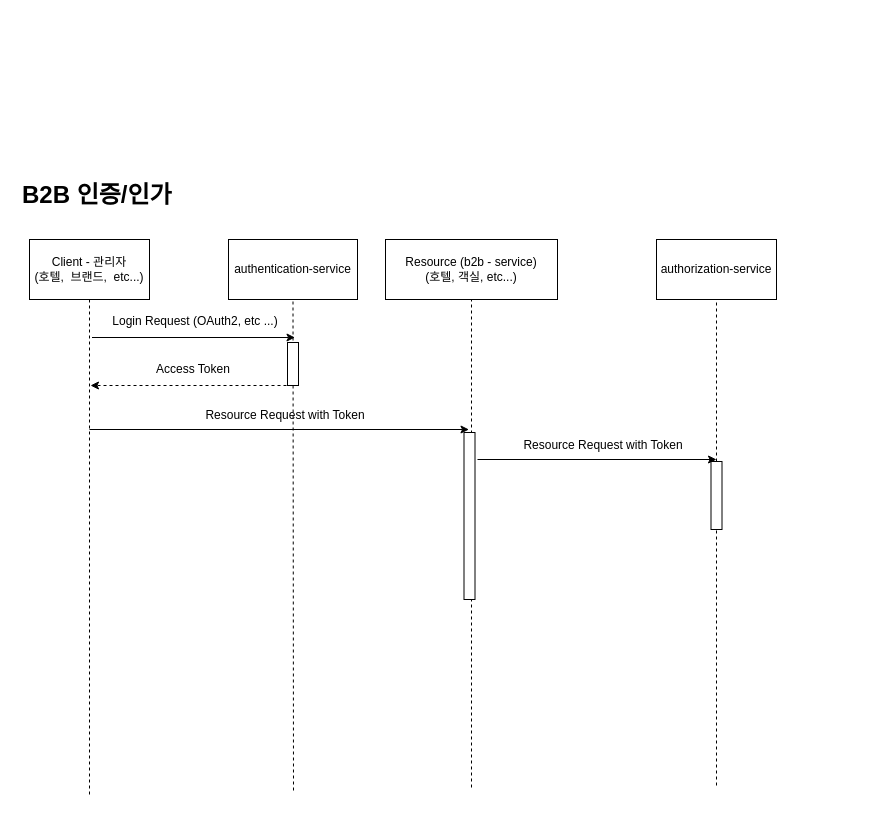
Earlier version of the draw.io diagram drawio/Untitled Diagram.drawio (BAEKJungHo/TIL). Source tidied: cells renumbered, new cells numbered last; positions are measured from the earlier drawing's top-left corner, leaving out a move shared by most shapes. Both pictures are drawn from the tidied source at 100%, with x=0, y=0 at pixel (17, 175).
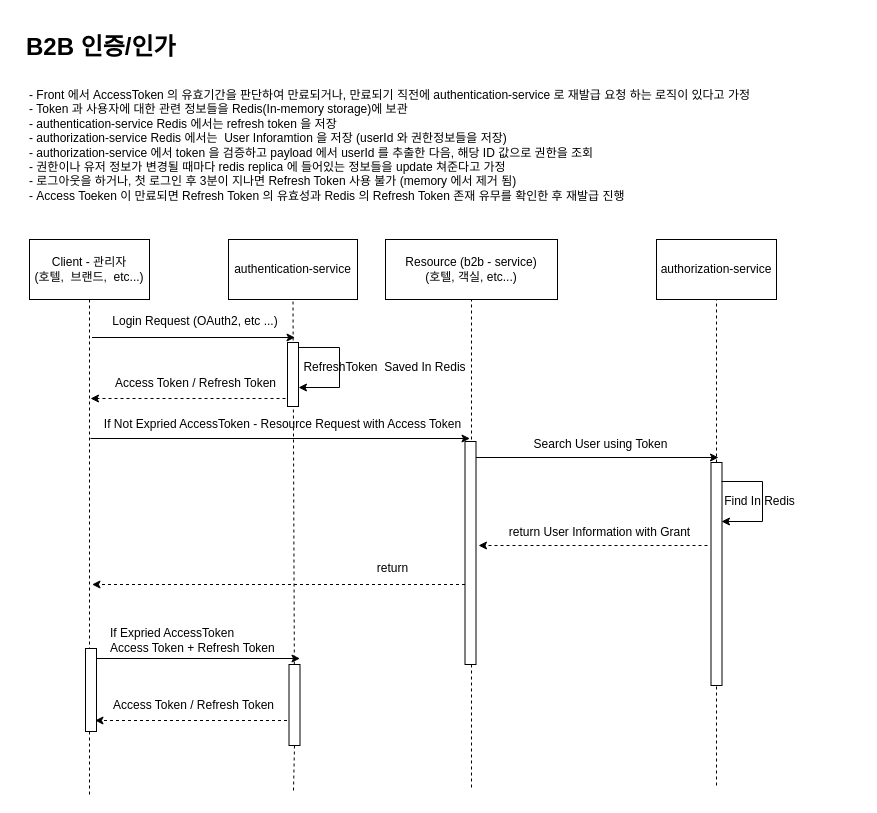
Above is the later version.

Commit message:
B2B Authentication/Authorization

The change refers to these unchanged cells:
```xml
<mxCell id="2" value="authentication-service" style="rounded=0;whiteSpace=wrap;html=1;" parent="1" vertex="1">
  <mxGeometry x="211" y="64" width="129" height="60" as="geometry" />
</mxCell>
```

What changed in the source:
```diff
@@
-    <mxCell id="3" value="authorization-service" style="rounded=0;whiteSpace=wrap;html=1;" parent="1" vertex="1">
+    <mxCell id="3" value="authorization-service" style="rounded=0;whiteSpace=wrap;html=1;labelBackgroundColor=default;" parent="1" vertex="1">
       <mxGeometry x="639" y="64" width="120" height="60" as="geometry" />
     </mxCell>
@@
     <mxCell id="5" value="&lt;h1&gt;B2B 인증/인가&lt;/h1&gt;" style="text;html=1;strokeColor=none;fillColor=none;spacing=5;spacingTop=-20;whiteSpace=wrap;overflow=hidden;rounded=0;" parent="1" vertex="1">
-      <mxGeometry width="403" height="43" as="geometry" />
+      <mxGeometry x="4" y="-148" width="403" height="43" as="geometry" />
     </mxCell>
@@
-    <mxCell id="8" style="endArrow=none;dashed=1;html=1;rounded=0;entryX=0.5;entryY=1;entryDx=0;entryDy=0;" parent="1" edge="1" target="2">
-      <mxGeometry relative="1" as="geometry">
-        <mxPoint x="276" y="615" as="sourcePoint" />
-      </mxGeometry>
+    <mxCell id="8" style="endArrow=none;dashed=1;html=1;rounded=0;entryX=0.5;entryY=1;entryDx=0;entryDy=0;startArrow=none;" parent="1" edge="1" source="29" target="2">
+      <mxGeometry relative="1" as="geometry" />
     </mxCell>
@@
-    <mxCell id="10" style="endArrow=none;dashed=1;html=1;rounded=0;entryX=0.5;entryY=1;entryDx=0;entryDy=0;" parent="1" edge="1" target="3">
-      <mxGeometry relative="1" as="geometry">
-        <mxPoint x="699" y="610" as="sourcePoint" />
-      </mxGeometry>
+    <mxCell id="10" style="endArrow=none;dashed=1;html=1;rounded=0;entryX=0.5;entryY=1;entryDx=0;entryDy=0;startArrow=none;" parent="1" edge="1" source="36" target="3">
+      <mxGeometry relative="1" as="geometry" />
     </mxCell>
@@
     <mxCell id="13" style="rounded=0;whiteSpace=wrap;html=1;" parent="1" vertex="1">
-      <mxGeometry x="270" y="167" width="11" height="43" as="geometry" />
+      <mxGeometry x="270" y="167" width="11" height="64" as="geometry" />
     </mxCell>
-    <mxCell id="14" style="endArrow=classic;html=1;rounded=0;dashed=1;" parent="1" edge="1">
-      <mxGeometry relative="1" as="geometry">
-        <mxPoint x="269" y="210" as="sourcePoint" />
-        <mxPoint x="73" y="210" as="targetPoint" />
-      </mxGeometry>
-    </mxCell>
-    <mxCell id="15" value="Access Token" style="text;html=1;strokeColor=none;fillColor=none;align=center;verticalAlign=middle;whiteSpace=wrap;rounded=0;" parent="1" vertex="1">
-      <mxGeometry x="127" y="183" width="98" height="21" as="geometry" />
+    <mxCell id="15" value="Access Token / Refresh Token" style="text;html=1;strokeColor=none;fillColor=none;align=center;verticalAlign=middle;whiteSpace=wrap;rounded=0;" parent="1" vertex="1">
+      <mxGeometry x="92.5" y="197" width="171" height="21" as="geometry" />
     </mxCell>
     <mxCell id="16" style="endArrow=classic;html=1;rounded=0;" parent="1" edge="1">
       <mxGeometry relative="1" as="geometry">
-        <mxPoint x="72" y="254" as="sourcePoint" />
-        <mxPoint x="451.5" y="254" as="targetPoint" />
+        <mxPoint x="73" y="263" as="sourcePoint" />
+        <mxPoint x="452.5" y="263" as="targetPoint" />
       </mxGeometry>
     </mxCell>
-    <mxCell id="17" value="Resource Request with Token" style="text;html=1;strokeColor=none;fillColor=none;align=center;verticalAlign=middle;whiteSpace=wrap;rounded=0;" parent="1" vertex="1">
-      <mxGeometry x="88.5" y="231" width="358" height="18" as="geometry" />
+    <mxCell id="17" value="If Not Expried AccessToken - Resource Request with Access Token" style="text;html=1;strokeColor=none;fillColor=none;align=center;verticalAlign=middle;whiteSpace=wrap;rounded=0;" parent="1" vertex="1">
+      <mxGeometry x="82.5" y="240" width="365" height="18" as="geometry" />
     </mxCell>
     <mxCell id="18" style="rounded=0;whiteSpace=wrap;html=1;" parent="1" vertex="1">
-      <mxGeometry x="446.5" y="257" width="11" height="167" as="geometry" />
+      <mxGeometry x="447.5" y="266" width="11" height="223" as="geometry" />
     </mxCell>
-    <mxCell id="19" style="endArrow=classic;html=1;rounded=0;" parent="1" edge="1">
-      <mxGeometry relative="1" as="geometry">
-        <mxPoint x="460" y="284" as="sourcePoint" />
-        <mxPoint x="699" y="284" as="targetPoint" />
-      </mxGeometry>
-    </mxCell>
-    <mxCell id="20" style="rounded=0;whiteSpace=wrap;html=1;" parent="1" vertex="1">
-      <mxGeometry x="693.5" y="286" width="11" height="68" as="geometry" />
-    </mxCell>
-    <mxCell id="21" value="Resource Request with Token" style="text;html=1;strokeColor=none;fillColor=none;align=center;verticalAlign=middle;whiteSpace=wrap;rounded=0;" parent="1" vertex="1">
-      <mxGeometry x="407" y="261" width="358" height="18" as="geometry" />
-    </mxCell>
+    <mxCell id="22" style="endArrow=classic;html=1;rounded=0;dashed=1;" parent="1" edge="1">
+      <mxGeometry relative="1" as="geometry">
+        <mxPoint x="268" y="223" as="sourcePoint" />
+        <mxPoint x="73" y="223" as="targetPoint" />
+      </mxGeometry>
+    </mxCell>
+    <mxCell id="23" value="- Front 에서 AccessToken 의 유효기간을 판단하여 만료되거나, 만료되기 직전에 authentication-service 로 재발급 요청 하는 로직이 있다고 가정&lt;br&gt;- Token 과 사용자에 대한 관련 정보들을 Redis(In-memory storage)에 보관&lt;br&gt;- authentication-service Redis 에서는 refresh token 을 저장&lt;br&gt;- authorization-service Redis 에서는&amp;nbsp; User Inforamtion 을 저장 (userId 와 권한정보들을 저장)&lt;br&gt;- authorization-service 에서 token 을 검증하고 payload 에서 userId 를 추출한 다음, 해당 ID 값으로 권한을 조회&lt;br&gt;- 권한이나 유저 정보가 변경될 때마다 redis replica 에 들어있는 정보들을 update 쳐준다고 가정&lt;br&gt;- 로그아웃을 하거나, 첫 로그인 후 3분이 지나면 Refresh Token 사용 불가 (memory 에서 제거 됨)&lt;br&gt;- Access Toeken 이 만료되면 Refresh Token 의 유효성과 Redis 의 Refresh Token 존재 유무를 확인한 후 재발급 진행" style="text;html=1;strokeColor=none;fillColor=none;align=left;verticalAlign=middle;whiteSpace=wrap;rounded=0;" parent="1" vertex="1">
+      <mxGeometry x="10" y="-105" width="782.5" height="149" as="geometry" />
+    </mxCell>
+    <mxCell id="24" style="endArrow=classic;html=1;rounded=0;dashed=1;" parent="1" edge="1">
+      <mxGeometry relative="1" as="geometry">
+        <mxPoint x="447.5" y="409" as="sourcePoint" />
+        <mxPoint x="74.5" y="409" as="targetPoint" />
+      </mxGeometry>
+    </mxCell>
+    <mxCell id="25" value="return" style="text;html=1;strokeColor=none;fillColor=none;align=center;verticalAlign=middle;whiteSpace=wrap;rounded=0;" parent="1" vertex="1">
+      <mxGeometry x="347.5" y="382" width="55" height="21" as="geometry" />
+    </mxCell>
+    <mxCell id="26" style="rounded=0;whiteSpace=wrap;html=1;" parent="1" vertex="1">
+      <mxGeometry x="68" y="473" width="11" height="83" as="geometry" />
+    </mxCell>
+    <mxCell id="27" style="endArrow=classic;html=1;rounded=0;" parent="1" edge="1">
+      <mxGeometry relative="1" as="geometry">
+        <mxPoint x="79.5" y="483" as="sourcePoint" />
+        <mxPoint x="282.5" y="483" as="targetPoint" />
+      </mxGeometry>
+    </mxCell>
+    <mxCell id="28" value="If Expried AccessToken&amp;nbsp;&lt;br&gt;Access Token + Refresh Token" style="text;html=1;strokeColor=none;fillColor=none;align=left;verticalAlign=middle;whiteSpace=wrap;rounded=0;" parent="1" vertex="1">
+      <mxGeometry x="91" y="456" width="193.5" height="18" as="geometry" />
+    </mxCell>
+    <mxCell id="29" style="rounded=0;whiteSpace=wrap;html=1;" parent="1" vertex="1">
+      <mxGeometry x="271.5" y="489" width="11" height="81" as="geometry" />
+    </mxCell>
+    <mxCell id="30" style="endArrow=none;dashed=1;html=1;rounded=0;entryX=0.5;entryY=1;entryDx=0;entryDy=0;" parent="1" edge="1" target="29">
+      <mxGeometry relative="1" as="geometry">
+        <mxPoint x="276" y="615" as="sourcePoint" />
+      </mxGeometry>
+    </mxCell>
+    <mxCell id="31" style="endArrow=classic;html=1;rounded=0;dashed=1;" parent="1" edge="1">
+      <mxGeometry relative="1" as="geometry">
+        <mxPoint x="269.5" y="545" as="sourcePoint" />
+        <mxPoint x="77.5" y="545" as="targetPoint" />
+      </mxGeometry>
+    </mxCell>
+    <mxCell id="32" value="Access Token / Refresh Token" style="text;html=1;strokeColor=none;fillColor=none;align=center;verticalAlign=middle;whiteSpace=wrap;rounded=0;" parent="1" vertex="1">
+      <mxGeometry x="91" y="519" width="171" height="21" as="geometry" />
+    </mxCell>
+    <mxCell id="33" style="endArrow=classic;html=1;rounded=0;" parent="1" edge="1">
+      <mxGeometry relative="1" as="geometry">
+        <mxPoint x="458.5" y="282" as="sourcePoint" />
+        <mxPoint x="701" y="282" as="targetPoint" />
+      </mxGeometry>
+    </mxCell>
+    <mxCell id="34" style="endArrow=classic;html=1;rounded=0;exitX=1;exitY=0.078;exitDx=0;exitDy=0;exitPerimeter=0;" parent="1" edge="1" source="13">
+      <mxGeometry relative="1" as="geometry">
+        <mxPoint x="281" y="212" as="targetPoint" />
+        <Array as="points">
+          <mxPoint x="322" y="172" />
+          <mxPoint x="322" y="212" />
+        </Array>
+      </mxGeometry>
+    </mxCell>
+    <mxCell id="35" value="RefreshToken&amp;nbsp; Saved In Redis" style="text;html=1;strokeColor=none;fillColor=none;align=center;verticalAlign=middle;whiteSpace=wrap;rounded=0;" parent="1" vertex="1">
+      <mxGeometry x="267" y="181" width="201" height="21" as="geometry" />
+    </mxCell>
+    <mxCell id="36" style="rounded=0;whiteSpace=wrap;html=1;" parent="1" vertex="1">
+      <mxGeometry x="693.5" y="287" width="11" height="223" as="geometry" />
+    </mxCell>
+    <mxCell id="37" style="endArrow=none;dashed=1;html=1;rounded=0;entryX=0.5;entryY=1;entryDx=0;entryDy=0;" parent="1" edge="1" target="36">
+      <mxGeometry relative="1" as="geometry">
+        <mxPoint x="699" y="610" as="sourcePoint" />
+      </mxGeometry>
+    </mxCell>
+    <mxCell id="38" value="Search User using Token" style="text;html=1;strokeColor=none;fillColor=none;align=center;verticalAlign=middle;whiteSpace=wrap;rounded=0;" parent="1" vertex="1">
+      <mxGeometry x="487" y="260" width="192.5" height="18" as="geometry" />
+    </mxCell>
+    <mxCell id="39" style="endArrow=classic;html=1;rounded=0;dashed=1;" parent="1" edge="1">
+      <mxGeometry relative="1" as="geometry">
+        <mxPoint x="690" y="370" as="sourcePoint" />
+        <mxPoint x="461" y="370" as="targetPoint" />
+      </mxGeometry>
+    </mxCell>
+    <mxCell id="40" value="return User Information with Grant" style="text;html=1;strokeColor=none;fillColor=none;align=center;verticalAlign=middle;whiteSpace=wrap;rounded=0;" parent="1" vertex="1">
+      <mxGeometry x="486" y="348" width="192.5" height="18" as="geometry" />
+    </mxCell>
+    <mxCell id="41" style="endArrow=classic;html=1;rounded=0;exitX=1;exitY=0.078;exitDx=0;exitDy=0;exitPerimeter=0;" parent="1" edge="1">
+      <mxGeometry relative="1" as="geometry">
+        <mxPoint x="704" y="306" as="sourcePoint" />
+        <mxPoint x="704" y="346" as="targetPoint" />
+        <Array as="points">
+          <mxPoint x="745" y="306" />
+          <mxPoint x="745" y="346" />
+        </Array>
+      </mxGeometry>
+    </mxCell>
+    <mxCell id="42" value="Find In Redis" style="text;html=1;strokeColor=none;fillColor=none;align=center;verticalAlign=middle;whiteSpace=wrap;rounded=0;" parent="1" vertex="1">
+      <mxGeometry x="642" y="315" width="201" height="21" as="geometry" />
+    </mxCell>
```
